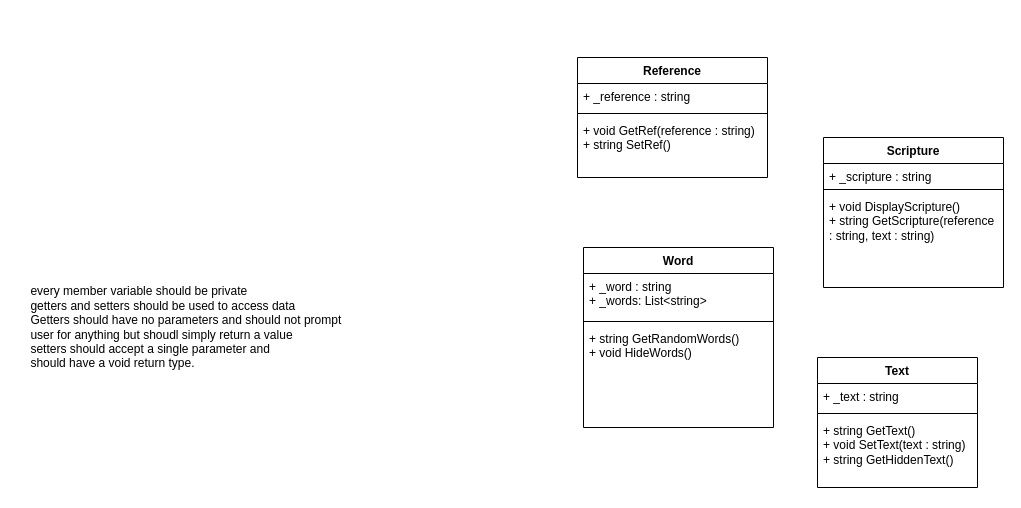
Above: prove/Develop03/Untitled Diagram.drawio in jtompkins1/cse210-projects (draw.io), before the change. Source tidied: cells renumbered, new cells numbered last; positions are measured from the earlier drawing's top-left corner, leaving out a move shared by most shapes. Both pictures are drawn from the tidied source at 100%, with x=0, y=0 at pixel (17, 57).
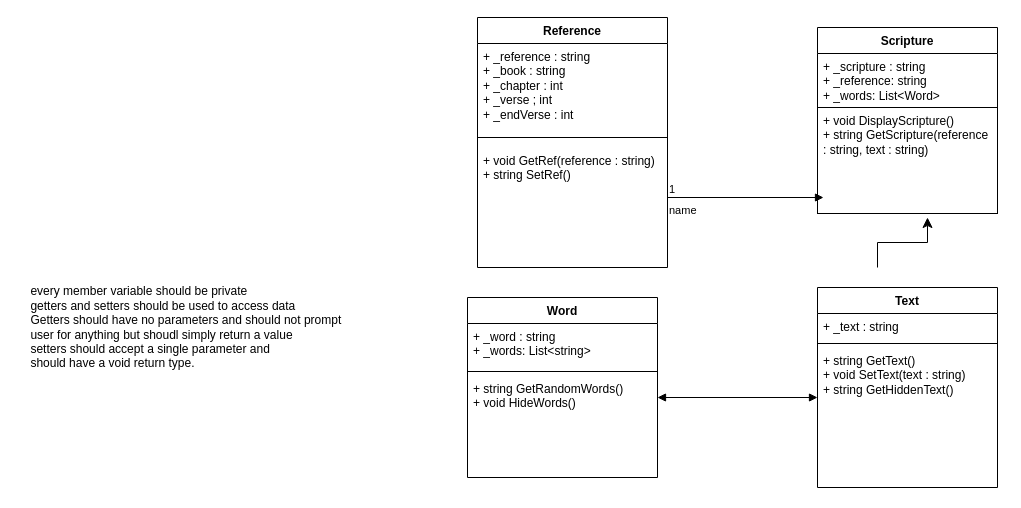
The same page after the edit.

Diff of the diagram source:
```diff
@@
     <mxCell id="2" value="Scripture" style="swimlane;fontStyle=1;align=center;verticalAlign=top;horizontal=1;startSize=26;whiteSpace=wrap;html=1;" parent="1" vertex="1">
-      <mxGeometry x="806" y="80" width="180" height="150" as="geometry" />
+      <mxGeometry x="800" y="-30" width="180" height="80" as="geometry" />
     </mxCell>
-    <mxCell id="3" value="+ _scripture : string" style="text;strokeColor=none;fillColor=none;align=left;verticalAlign=top;spacingLeft=4;spacingRight=4;overflow=hidden;whiteSpace=wrap;html=1;" parent="2" vertex="1">
-      <mxGeometry y="26" width="180" height="22" as="geometry" />
+    <mxCell id="3" value="+ _scripture : string&lt;br&gt;+ _reference: string&lt;br&gt;+ _words: List&amp;lt;Word&amp;gt;" style="text;strokeColor=none;fillColor=none;align=left;verticalAlign=top;spacingLeft=4;spacingRight=4;overflow=hidden;whiteSpace=wrap;html=1;" parent="2" vertex="1">
+      <mxGeometry y="26" width="180" height="54" as="geometry" />
     </mxCell>
-    <mxCell id="4" style="line;strokeWidth=1;fillColor=none;align=left;verticalAlign=middle;spacingTop=-1;spacingLeft=3;spacingRight=3;labelPosition=right;strokeColor=inherit;" parent="2" vertex="1">
-      <mxGeometry y="48" width="180" height="8" as="geometry" />
-    </mxCell>
-    <mxCell id="5" value="+ void DisplayScripture()&lt;br&gt;+ string GetScripture(reference : string, text : string)" style="text;strokeColor=none;fillColor=none;align=left;verticalAlign=top;spacingLeft=4;spacingRight=4;overflow=hidden;whiteSpace=wrap;html=1;" parent="2" vertex="1">
-      <mxGeometry y="56" width="180" height="94" as="geometry" />
-    </mxCell>
     <mxCell id="6" value="Reference" style="swimlane;fontStyle=1;align=center;verticalAlign=top;horizontal=1;startSize=26;whiteSpace=wrap;html=1;" parent="1" vertex="1">
-      <mxGeometry x="560" width="190" height="120" as="geometry" />
+      <mxGeometry x="460" y="-40" width="190" height="250" as="geometry" />
     </mxCell>
-    <mxCell id="7" value="+ _reference : string" style="text;strokeColor=none;fillColor=none;align=left;verticalAlign=top;spacingLeft=4;spacingRight=4;overflow=hidden;whiteSpace=wrap;html=1;" parent="6" vertex="1">
-      <mxGeometry y="26" width="190" height="26" as="geometry" />
+    <mxCell id="7" value="+ _reference : string&lt;br&gt;+ _book : string&lt;br&gt;+ _chapter : int&lt;br&gt;+ _verse ; int&lt;br&gt;+ _endVerse : int" style="text;strokeColor=none;fillColor=none;align=left;verticalAlign=top;spacingLeft=4;spacingRight=4;overflow=hidden;whiteSpace=wrap;html=1;" parent="6" vertex="1">
+      <mxGeometry y="26" width="190" height="84" as="geometry" />
     </mxCell>
     <mxCell id="8" style="line;strokeWidth=1;fillColor=none;align=left;verticalAlign=middle;spacingTop=-1;spacingLeft=3;spacingRight=3;labelPosition=right;strokeColor=inherit;" parent="6" vertex="1">
-      <mxGeometry y="52" width="190" height="8" as="geometry" />
+      <mxGeometry y="110" width="190" height="20" as="geometry" />
     </mxCell>
     <mxCell id="9" value="+ void GetRef(reference : string)&lt;br&gt;+ string SetRef()" style="text;strokeColor=none;fillColor=none;align=left;verticalAlign=top;spacingLeft=4;spacingRight=4;overflow=hidden;whiteSpace=wrap;html=1;" parent="6" vertex="1">
-      <mxGeometry y="60" width="190" height="60" as="geometry" />
+      <mxGeometry y="130" width="190" height="120" as="geometry" />
     </mxCell>
     <mxCell id="10" value="Word" style="swimlane;fontStyle=1;align=center;verticalAlign=top;horizontal=1;startSize=26;whiteSpace=wrap;html=1;" parent="1" vertex="1">
-      <mxGeometry x="566" y="190" width="190" height="180" as="geometry" />
+      <mxGeometry x="450" y="240" width="190" height="180" as="geometry" />
     </mxCell>
@@
     <mxCell id="15" value="Text" style="swimlane;fontStyle=1;align=center;verticalAlign=top;horizontal=1;startSize=26;whiteSpace=wrap;html=1;" parent="1" vertex="1">
-      <mxGeometry x="800" y="300" width="160" height="130" as="geometry" />
+      <mxGeometry x="800" y="230" width="180" height="200" as="geometry" />
     </mxCell>
     <mxCell id="16" value="+ _text : string" style="text;strokeColor=none;fillColor=none;align=left;verticalAlign=top;spacingLeft=4;spacingRight=4;overflow=hidden;whiteSpace=wrap;html=1;" parent="15" vertex="1">
-      <mxGeometry y="26" width="160" height="26" as="geometry" />
+      <mxGeometry y="26" width="180" height="26" as="geometry" />
     </mxCell>
     <mxCell id="17" style="line;strokeWidth=1;fillColor=none;align=left;verticalAlign=middle;spacingTop=-1;spacingLeft=3;spacingRight=3;labelPosition=right;strokeColor=inherit;" parent="15" vertex="1">
-      <mxGeometry y="52" width="160" height="8" as="geometry" />
+      <mxGeometry y="52" width="180" height="8" as="geometry" />
     </mxCell>
     <mxCell id="18" value="+ string GetText()&lt;br&gt;+ void SetText(text : string)&lt;br&gt;+ string GetHiddenText()" style="text;strokeColor=none;fillColor=none;align=left;verticalAlign=top;spacingLeft=4;spacingRight=4;overflow=hidden;whiteSpace=wrap;html=1;" parent="15" vertex="1">
-      <mxGeometry y="60" width="160" height="70" as="geometry" />
+      <mxGeometry y="60" width="180" height="140" as="geometry" />
     </mxCell>
+    <mxCell id="19" value="name" style="endArrow=block;endFill=1;html=1;edgeStyle=orthogonalEdgeStyle;align=left;verticalAlign=top;rounded=0;" parent="1" edge="1">
+      <mxGeometry x="-1" relative="1" as="geometry">
+        <mxPoint x="650" y="140" as="sourcePoint" />
+        <mxPoint x="806" y="140" as="targetPoint" />
+      </mxGeometry>
+    </mxCell>
+    <mxCell id="20" value="1" style="edgeLabel;html=1;align=left;verticalAlign=bottom;" parent="19" vertex="1">
+      <mxGeometry x="-1" relative="1" as="geometry" />
+    </mxCell>
+    <mxCell id="21" style="edgeStyle=elbowEdgeStyle;elbow=vertical;endArrow=classic;html=1;curved=0;rounded=0;endSize=8;startSize=8;" parent="1" edge="1">
+      <mxGeometry relative="1" as="geometry">
+        <mxPoint x="860" y="210" as="sourcePoint" />
+        <mxPoint x="910" y="160" as="targetPoint" />
+      </mxGeometry>
+    </mxCell>
+    <mxCell id="22" style="endArrow=block;startArrow=block;endFill=1;startFill=1;html=1;rounded=0;" parent="1" edge="1">
+      <mxGeometry relative="1" as="geometry">
+        <mxPoint x="640" y="340" as="sourcePoint" />
+        <mxPoint x="800" y="340" as="targetPoint" />
+      </mxGeometry>
+    </mxCell>
+    <mxCell id="5" value="+ void DisplayScripture()&lt;br&gt;+ string GetScripture(reference : string, text : string)" style="text;strokeColor=#000000;fillColor=none;align=left;verticalAlign=top;spacingLeft=4;spacingRight=4;overflow=hidden;whiteSpace=wrap;html=1;" parent="1" vertex="1">
+      <mxGeometry x="800" y="50" width="180" height="106" as="geometry" />
+    </mxCell>
```
